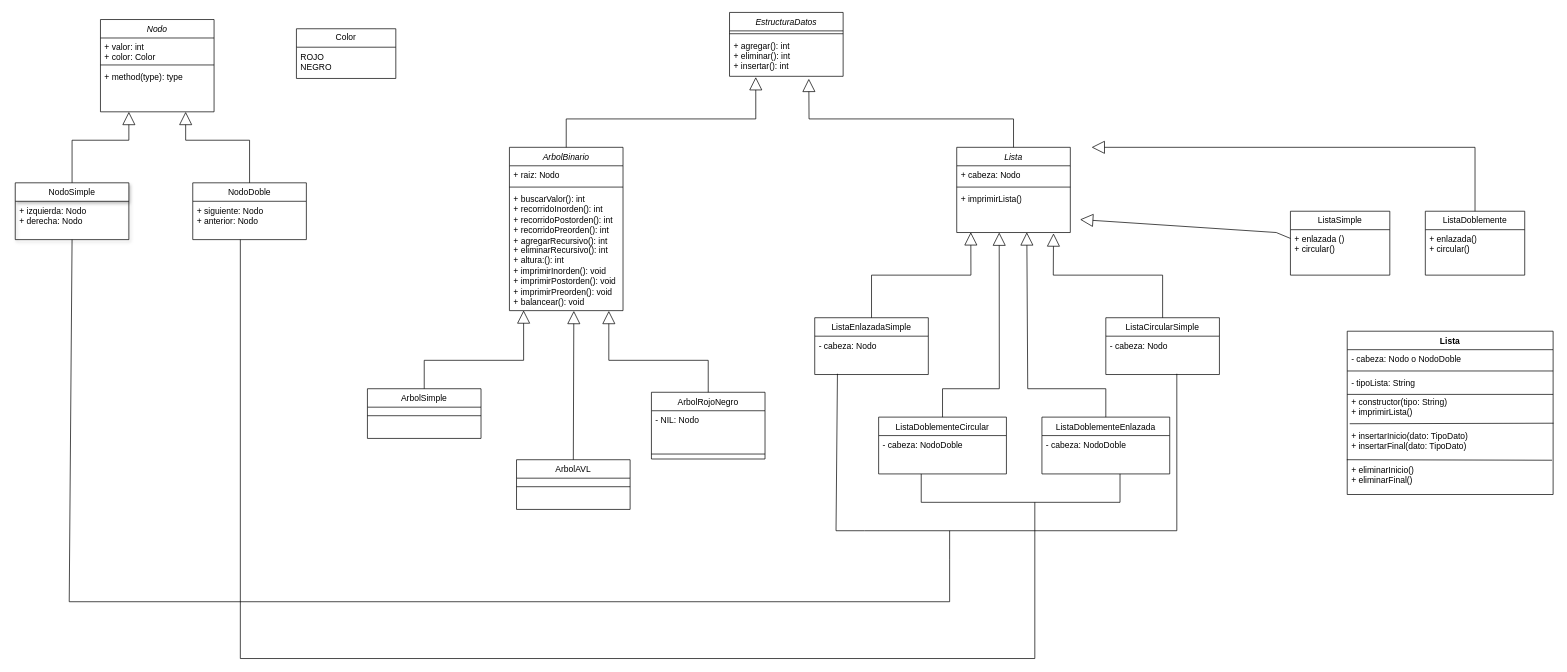
Earlier version of the draw.io diagram ArbolBinario.drawio (ArianaSarango/ArbolBinario). Source tidied: cells renumbered, new cells numbered last; positions are measured from the earlier drawing's top-left corner, leaving out a move shared by most shapes. Both pictures are drawn from the tidied source at 71%, with x=0, y=0 at pixel (15, 12).
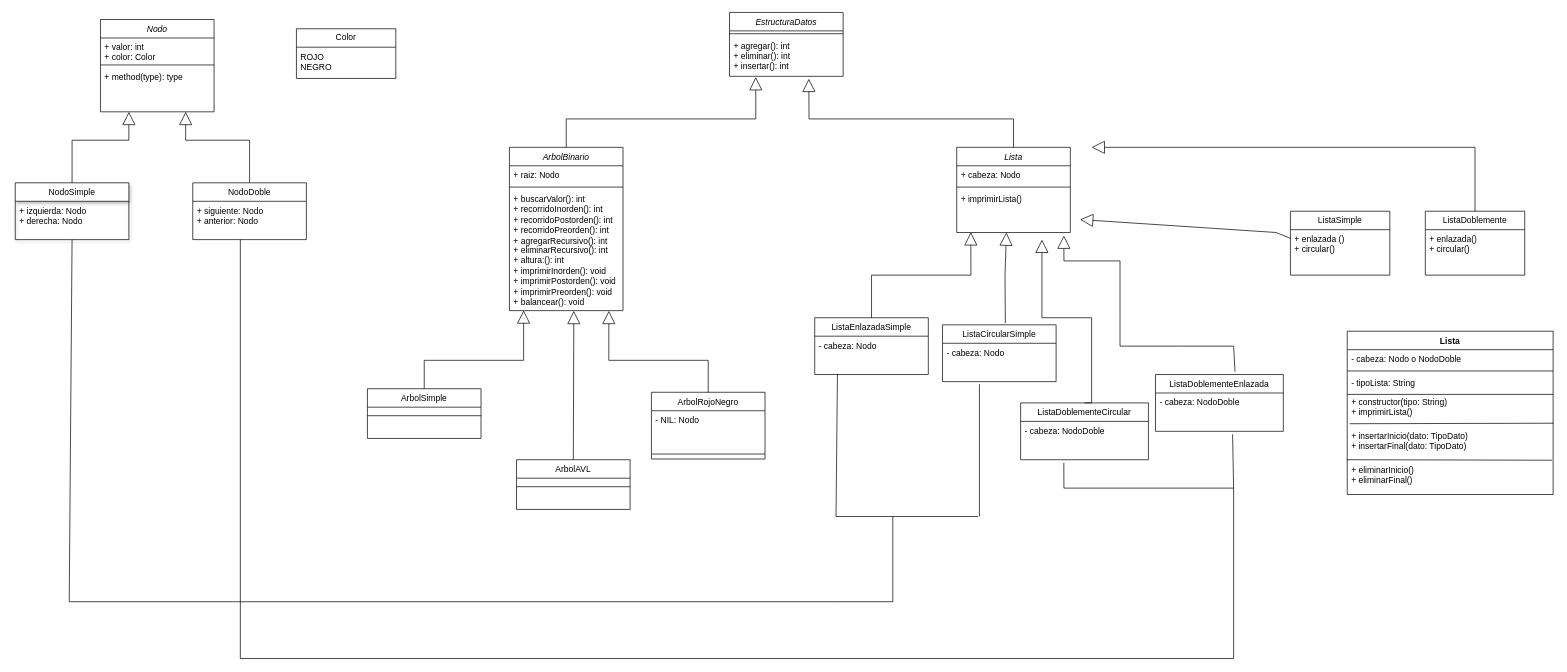
After the change.

The change refers to these unchanged cells:
```xml
<mxCell id="10" value="- cabeza: Nodo" style="text;align=left;verticalAlign=top;spacingLeft=4;spacingRight=4;overflow=hidden;points=[[0,0.5],[1,0.5]];portConstraint=eastwest;" parent="9" vertex="1">
  <mxGeometry y="26" width="160" height="54" as="geometry" />
</mxCell>
<mxCell id="12" value="- cabeza: NodoDoble" style="text;align=left;verticalAlign=top;spacingLeft=4;spacingRight=4;overflow=hidden;points=[[0,0.5],[1,0.5]];portConstraint=eastwest;" parent="11" vertex="1">
  <mxGeometry y="26" width="180" height="54" as="geometry" />
</mxCell>
<mxCell id="14" value="- cabeza: NodoDoble" style="text;align=left;verticalAlign=top;spacingLeft=4;spacingRight=4;overflow=hidden;points=[[0,0.5],[1,0.5]];portConstraint=eastwest;" parent="13" vertex="1">
  <mxGeometry y="26" width="180" height="54" as="geometry" />
</mxCell>
<mxCell id="16" value="- cabeza: Nodo" style="text;align=left;verticalAlign=top;spacingLeft=4;spacingRight=4;overflow=hidden;points=[[0,0.5],[1,0.5]];portConstraint=eastwest;" parent="15" vertex="1">
  <mxGeometry y="26" width="160" height="54" as="geometry" />
</mxCell>
<mxCell id="31" value="+ imprimirLista()" style="text;strokeColor=none;fillColor=none;align=left;verticalAlign=top;spacingLeft=4;spacingRight=4;overflow=hidden;points=[[0,0.5],[1,0.5]];portConstraint=eastwest;whiteSpace=wrap;html=1;" parent="28" vertex="1">
  <mxGeometry y="60" width="160" height="60" as="geometry" />
</mxCell>
```

The edit, as a diff of the source:
```diff
@@
     <mxCell id="11" value="ListaDoblementeEnlazada" style="swimlane;fontStyle=0;align=center;verticalAlign=top;horizontal=1;startSize=26;rounded=0;shadow=0;strokeWidth=1;" parent="1" vertex="1">
-      <mxGeometry x="1446" y="570" width="180" height="80" as="geometry" />
+      <mxGeometry x="1606" y="510" width="180" height="80" as="geometry" />
     </mxCell>
@@
     <mxCell id="13" value="ListaDoblementeCircular" style="swimlane;fontStyle=0;align=center;verticalAlign=top;horizontal=1;startSize=26;rounded=0;shadow=0;strokeWidth=1;" parent="1" vertex="1">
-      <mxGeometry x="1216" y="570" width="180" height="80" as="geometry" />
+      <mxGeometry x="1416" y="550" width="180" height="80" as="geometry" />
     </mxCell>
@@
     <mxCell id="15" value="ListaCircularSimple" style="swimlane;fontStyle=0;align=center;verticalAlign=top;horizontal=1;startSize=26;rounded=0;shadow=0;strokeWidth=1;" parent="1" vertex="1">
-      <mxGeometry x="1536" y="430" width="160" height="80" as="geometry" />
+      <mxGeometry x="1306" y="440" width="160" height="80" as="geometry" />
     </mxCell>
@@
-    <mxCell id="34" style="endArrow=block;endSize=16;endFill=0;html=1;rounded=0;exitX=0.5;exitY=0;exitDx=0;exitDy=0;entryX=0.374;entryY=1;entryDx=0;entryDy=0;entryPerimeter=0;" parent="1" edge="1" source="13" target="31">
+    <mxCell id="34" style="endArrow=block;endSize=16;endFill=0;html=1;rounded=0;exitX=0.5;exitY=0;exitDx=0;exitDy=0;entryX=0.75;entryY=1.167;entryDx=0;entryDy=0;entryPerimeter=0;" parent="1" edge="1" source="13" target="31">
       <mxGeometry relative="1" as="geometry">
         <Array as="points">
-          <mxPoint x="1306" y="530" />
-          <mxPoint x="1386" y="530" />
+          <mxPoint x="1516" y="550" />
+          <mxPoint x="1516" y="430" />
+          <mxPoint x="1446" y="430" />
         </Array>
       </mxGeometry>
     </mxCell>
-    <mxCell id="35" style="endArrow=block;endSize=16;endFill=0;html=1;rounded=0;exitX=0.5;exitY=0;exitDx=0;exitDy=0;entryX=0.617;entryY=0.995;entryDx=0;entryDy=0;entryPerimeter=0;" parent="1" edge="1" source="11" target="31">
+    <mxCell id="35" style="endArrow=block;endSize=16;endFill=0;html=1;rounded=0;exitX=0.622;exitY=-0.05;exitDx=0;exitDy=0;exitPerimeter=0;entryX=0.943;entryY=1.071;entryDx=0;entryDy=0;entryPerimeter=0;" parent="1" edge="1" source="11" target="31">
       <mxGeometry relative="1" as="geometry">
         <Array as="points">
-          <mxPoint x="1536" y="530" />
-          <mxPoint x="1426" y="530" />
+          <mxPoint x="1716" y="470" />
+          <mxPoint x="1646" y="470" />
+          <mxPoint x="1556" y="470" />
+          <mxPoint x="1556" y="430" />
+          <mxPoint x="1556" y="350" />
+          <mxPoint x="1477" y="350" />
         </Array>
       </mxGeometry>
     </mxCell>
-    <mxCell id="36" style="endArrow=block;endSize=16;endFill=0;html=1;rounded=0;exitX=0.5;exitY=0;exitDx=0;exitDy=0;entryX=0.852;entryY=1.02;entryDx=0;entryDy=0;entryPerimeter=0;" parent="1" edge="1" source="15" target="31">
+    <mxCell id="36" style="endArrow=block;endSize=16;endFill=0;html=1;rounded=0;exitX=0.553;exitY=-0.028;exitDx=0;exitDy=0;exitPerimeter=0;" parent="1" edge="1" source="15">
       <mxGeometry relative="1" as="geometry">
+        <mxPoint x="1396" y="310" as="targetPoint" />
         <Array as="points">
-          <mxPoint x="1616" y="370" />
-          <mxPoint x="1462" y="370" />
+          <mxPoint x="1394" y="370" />
         </Array>
       </mxGeometry>
     </mxCell>
@@
-    <mxCell id="47" style="endArrow=none;html=1;rounded=0;" parent="1" edge="1">
-      <mxGeometry relative="1" as="geometry">
-        <mxPoint x="1276" y="690" as="sourcePoint" />
-        <mxPoint x="1556" y="690" as="targetPoint" />
-      </mxGeometry>
-    </mxCell>
-    <mxCell id="48" style="endArrow=none;html=1;rounded=0;" parent="1" edge="1">
-      <mxGeometry relative="1" as="geometry">
-        <mxPoint x="1276" y="690" as="sourcePoint" />
-        <mxPoint x="1276" y="650" as="targetPoint" />
-      </mxGeometry>
-    </mxCell>
-    <mxCell id="49" style="endArrow=none;html=1;rounded=0;" parent="1" edge="1">
-      <mxGeometry relative="1" as="geometry">
-        <mxPoint x="1556" y="690" as="sourcePoint" />
-        <mxPoint x="1556" y="650" as="targetPoint" />
-      </mxGeometry>
-    </mxCell>
     <mxCell id="50" style="endArrow=none;html=1;rounded=0;exitX=0.2;exitY=0.981;exitDx=0;exitDy=0;exitPerimeter=0;" parent="1" edge="1" source="10">
       <mxGeometry relative="1" as="geometry">
-        <mxPoint x="1196" y="730" as="targetPoint" />
+        <mxPoint x="1356" y="710" as="targetPoint" />
         <Array as="points">
-          <mxPoint x="1156" y="730" />
+          <mxPoint x="1156" y="710" />
         </Array>
       </mxGeometry>
     </mxCell>
-    <mxCell id="51" style="endArrow=none;html=1;rounded=0;entryX=0.625;entryY=0.981;entryDx=0;entryDy=0;entryPerimeter=0;" parent="1" edge="1" target="16">
-      <mxGeometry relative="1" as="geometry">
-        <mxPoint x="1196" y="730" as="sourcePoint" />
-        <Array as="points">
-          <mxPoint x="1636" y="730" />
-        </Array>
-      </mxGeometry>
-    </mxCell>
     <mxCell id="52" style="endArrow=none;html=1;rounded=0;" parent="1" edge="1">
       <mxGeometry relative="1" as="geometry">
         <mxPoint x="1156" y="830" as="sourcePoint" />
-        <mxPoint x="1316" y="730" as="targetPoint" />
+        <mxPoint x="1236" y="710" as="targetPoint" />
         <Array as="points">
-          <mxPoint x="1316" y="830" />
-          <mxPoint x="1316" y="770" />
+          <mxPoint x="1236" y="830" />
+          <mxPoint x="1236" y="790" />
         </Array>
       </mxGeometry>
     </mxCell>
-    <mxCell id="53" style="endArrow=none;html=1;rounded=0;" parent="1" edge="1">
+    <mxCell id="53" style="endArrow=none;html=1;rounded=0;exitX=0.338;exitY=1.078;exitDx=0;exitDy=0;exitPerimeter=0;" parent="1" edge="1" source="14">
       <mxGeometry relative="1" as="geometry">
-        <mxPoint x="1436" y="690" as="sourcePoint" />
         <mxPoint x="317" y="320" as="targetPoint" />
         <Array as="points">
-          <mxPoint x="1436" y="910" />
+          <mxPoint x="1477" y="670" />
+          <mxPoint x="1716" y="670" />
+          <mxPoint x="1716" y="910" />
           <mxPoint x="317" y="910" />
         </Array>
       </mxGeometry>
     </mxCell>
@@
+    <mxCell id="73" style="endArrow=none;html=1;rounded=0;exitX=0.325;exitY=1.068;exitDx=0;exitDy=0;exitPerimeter=0;" parent="1" edge="1" source="16">
+      <mxGeometry relative="1" as="geometry">
+        <mxPoint x="1358" y="710" as="targetPoint" />
+      </mxGeometry>
+    </mxCell>
+    <mxCell id="74" style="endArrow=none;html=1;rounded=0;entryX=0.603;entryY=1.078;entryDx=0;entryDy=0;entryPerimeter=0;" parent="1" edge="1" target="12">
+      <mxGeometry relative="1" as="geometry">
+        <mxPoint x="1716" y="670" as="sourcePoint" />
+      </mxGeometry>
+    </mxCell>
```
